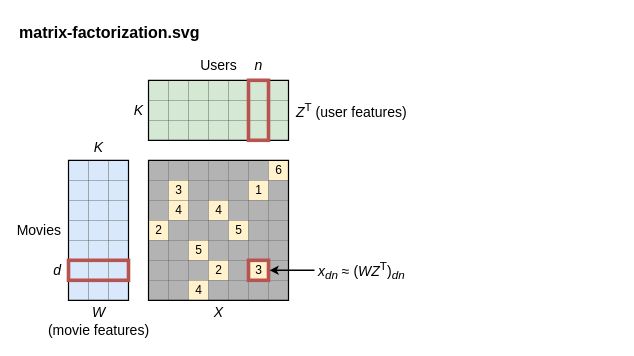
Before: assets/linear-regression-matrix-factorization/linear-regression-matrix-factorization.drawio in brunomaga/brunomaga.github.io, a draw.io diagram. Source tidied: cells renumbered, new cells numbered last; positions are measured from the earlier drawing's top-left corner, leaving out a move shared by most shapes. Both pictures are drawn from the tidied source at 100%, with x=0, y=0 at pixel (17, 17).
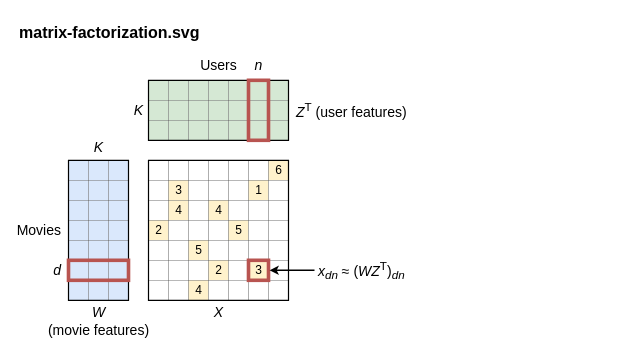
The same diagram, later.

The change refers to these unchanged cells:
```xml
<mxCell id="3" style="group;fontFamily=Source Sans 3;" parent="1" vertex="1">
  <mxGeometry y="40" width="393.4" height="281.7" as="geometry" />
</mxCell>
```

What changed in the source:
```diff
@@
-    <mxCell id="46" style="rounded=0;whiteSpace=nowrap;html=1;fontFamily=Source Sans 3;fontSize=12;fontColor=#000000;strokeColor=#666666;strokeWidth=0.4;fillColor=#b3b3b3;fontStyle=0;spacing=0;" parent="3" vertex="1">
+    <mxCell id="46" style="rounded=0;whiteSpace=nowrap;html=1;fontFamily=Source Sans 3;fontSize=12;fontColor=#000000;strokeColor=#666666;strokeWidth=0.4;fillColor=#ffffff;fontStyle=0;spacing=0;" parent="3" vertex="1">
       <mxGeometry x="131" y="102.8" width="20" height="20" as="geometry" />
     </mxCell>
-    <mxCell id="47" style="rounded=0;whiteSpace=nowrap;html=1;fontFamily=Source Sans 3;fontSize=12;fontColor=#000000;strokeColor=#666666;strokeWidth=0.4;fillColor=#b3b3b3;fontStyle=0;spacing=0;" parent="3" vertex="1">
+    <mxCell id="47" style="rounded=0;whiteSpace=nowrap;html=1;fontFamily=Source Sans 3;fontSize=12;fontColor=#000000;strokeColor=#666666;strokeWidth=0.4;fillColor=#ffffff;fontStyle=0;spacing=0;" parent="3" vertex="1">
       <mxGeometry x="151" y="102.8" width="20" height="20" as="geometry" />
     </mxCell>
-    <mxCell id="48" style="rounded=0;whiteSpace=nowrap;html=1;fontFamily=Source Sans 3;fontSize=12;fontColor=#000000;strokeColor=#666666;strokeWidth=0.4;fillColor=#b3b3b3;fontStyle=0;spacing=0;" parent="3" vertex="1">
+    <mxCell id="48" style="rounded=0;whiteSpace=nowrap;html=1;fontFamily=Source Sans 3;fontSize=12;fontColor=#000000;strokeColor=#666666;strokeWidth=0.4;fillColor=#ffffff;fontStyle=0;spacing=0;" parent="3" vertex="1">
       <mxGeometry x="171" y="102.8" width="20" height="20" as="geometry" />
     </mxCell>
-    <mxCell id="49" style="rounded=0;whiteSpace=nowrap;html=1;fontFamily=Source Sans 3;fontSize=12;fontColor=#000000;strokeColor=#666666;strokeWidth=0.4;fillColor=#b3b3b3;fontStyle=0;spacing=0;" parent="3" vertex="1">
+    <mxCell id="49" style="rounded=0;whiteSpace=nowrap;html=1;fontFamily=Source Sans 3;fontSize=12;fontColor=#000000;strokeColor=#666666;strokeWidth=0.4;fillColor=#ffffff;fontStyle=0;spacing=0;" parent="3" vertex="1">
       <mxGeometry x="191" y="102.8" width="20" height="20" as="geometry" />
     </mxCell>
-    <mxCell id="50" style="rounded=0;whiteSpace=nowrap;html=1;fontFamily=Source Sans 3;fontSize=12;fontColor=#000000;strokeColor=#666666;strokeWidth=0.4;fillColor=#b3b3b3;fontStyle=0;spacing=0;" parent="3" vertex="1">
+    <mxCell id="50" style="rounded=0;whiteSpace=nowrap;html=1;fontFamily=Source Sans 3;fontSize=12;fontColor=#000000;strokeColor=#666666;strokeWidth=0.4;fillColor=#ffffff;fontStyle=0;spacing=0;" parent="3" vertex="1">
       <mxGeometry x="211" y="102.8" width="20" height="20" as="geometry" />
     </mxCell>
-    <mxCell id="51" style="rounded=0;whiteSpace=nowrap;html=1;fontFamily=Source Sans 3;fontSize=12;fontColor=#000000;strokeColor=#666666;strokeWidth=0.4;fillColor=#b3b3b3;fontStyle=0;spacing=0;" parent="3" vertex="1">
+    <mxCell id="51" style="rounded=0;whiteSpace=nowrap;html=1;fontFamily=Source Sans 3;fontSize=12;fontColor=#000000;strokeColor=#666666;strokeWidth=0.4;fillColor=#ffffff;fontStyle=0;spacing=0;" parent="3" vertex="1">
       <mxGeometry x="231" y="102.8" width="20" height="20" as="geometry" />
     </mxCell>
@@
-    <mxCell id="53" style="rounded=0;whiteSpace=nowrap;html=1;fontFamily=Source Sans 3;fontSize=12;fontColor=#000000;strokeColor=#666666;strokeWidth=0.4;fillColor=#b3b3b3;fontStyle=0;spacing=0;" parent="3" vertex="1">
+    <mxCell id="53" style="rounded=0;whiteSpace=nowrap;html=1;fontFamily=Source Sans 3;fontSize=12;fontColor=#000000;strokeColor=#666666;strokeWidth=0.4;fillColor=#ffffff;fontStyle=0;spacing=0;" parent="3" vertex="1">
       <mxGeometry x="131" y="122.8" width="20" height="20" as="geometry" />
     </mxCell>
@@
-    <mxCell id="55" style="rounded=0;whiteSpace=nowrap;html=1;fontFamily=Source Sans 3;fontSize=12;fontColor=#000000;strokeColor=#666666;strokeWidth=0.4;fillColor=#b3b3b3;fontStyle=0;spacing=0;" parent="3" vertex="1">
+    <mxCell id="55" style="rounded=0;whiteSpace=nowrap;html=1;fontFamily=Source Sans 3;fontSize=12;fontColor=#000000;strokeColor=#666666;strokeWidth=0.4;fillColor=#ffffff;fontStyle=0;spacing=0;" parent="3" vertex="1">
       <mxGeometry x="171" y="122.8" width="20" height="20" as="geometry" />
     </mxCell>
-    <mxCell id="56" style="rounded=0;whiteSpace=nowrap;html=1;fontFamily=Source Sans 3;fontSize=12;fontColor=#000000;strokeColor=#666666;strokeWidth=0.4;fillColor=#b3b3b3;fontStyle=0;spacing=0;" parent="3" vertex="1">
+    <mxCell id="56" style="rounded=0;whiteSpace=nowrap;html=1;fontFamily=Source Sans 3;fontSize=12;fontColor=#000000;strokeColor=#666666;strokeWidth=0.4;fillColor=#ffffff;fontStyle=0;spacing=0;" parent="3" vertex="1">
       <mxGeometry x="191" y="122.8" width="20" height="20" as="geometry" />
     </mxCell>
-    <mxCell id="57" style="rounded=0;whiteSpace=nowrap;html=1;fontFamily=Source Sans 3;fontSize=12;fontColor=#000000;strokeColor=#666666;strokeWidth=0.4;fillColor=#b3b3b3;fontStyle=0;spacing=0;" parent="3" vertex="1">
+    <mxCell id="57" style="rounded=0;whiteSpace=nowrap;html=1;fontFamily=Source Sans 3;fontSize=12;fontColor=#000000;strokeColor=#666666;strokeWidth=0.4;fillColor=#ffffff;fontStyle=0;spacing=0;" parent="3" vertex="1">
       <mxGeometry x="211" y="122.8" width="20" height="20" as="geometry" />
     </mxCell>
@@
-    <mxCell id="59" style="rounded=0;whiteSpace=nowrap;html=1;fontFamily=Source Sans 3;fontSize=12;fontColor=#000000;strokeColor=#666666;strokeWidth=0.4;fillColor=#b3b3b3;fontStyle=0;spacing=0;" parent="3" vertex="1">
+    <mxCell id="59" style="rounded=0;whiteSpace=nowrap;html=1;fontFamily=Source Sans 3;fontSize=12;fontColor=#000000;strokeColor=#666666;strokeWidth=0.4;fillColor=#ffffff;fontStyle=0;spacing=0;" parent="3" vertex="1">
       <mxGeometry x="251" y="122.8" width="20" height="20" as="geometry" />
     </mxCell>
-    <mxCell id="60" style="rounded=0;whiteSpace=nowrap;html=1;fontFamily=Source Sans 3;fontSize=12;fontColor=#000000;strokeColor=#666666;strokeWidth=0.4;fillColor=#b3b3b3;fontStyle=0;spacing=0;" parent="3" vertex="1">
+    <mxCell id="60" style="rounded=0;whiteSpace=nowrap;html=1;fontFamily=Source Sans 3;fontSize=12;fontColor=#000000;strokeColor=#666666;strokeWidth=0.4;fillColor=#ffffff;fontStyle=0;spacing=0;" parent="3" vertex="1">
       <mxGeometry x="131" y="142.8" width="20" height="20" as="geometry" />
     </mxCell>
@@
-    <mxCell id="62" style="rounded=0;whiteSpace=nowrap;html=1;fontFamily=Source Sans 3;fontSize=12;fontColor=#000000;strokeColor=#666666;strokeWidth=0.4;fillColor=#b3b3b3;fontStyle=0;spacing=0;" parent="3" vertex="1">
+    <mxCell id="62" style="rounded=0;whiteSpace=nowrap;html=1;fontFamily=Source Sans 3;fontSize=12;fontColor=#000000;strokeColor=#666666;strokeWidth=0.4;fillColor=#ffffff;fontStyle=0;spacing=0;" parent="3" vertex="1">
       <mxGeometry x="171" y="142.8" width="20" height="20" as="geometry" />
     </mxCell>
@@
-    <mxCell id="64" style="rounded=0;whiteSpace=nowrap;html=1;fontFamily=Source Sans 3;fontSize=12;fontColor=#000000;strokeColor=#666666;strokeWidth=0.4;fillColor=#b3b3b3;fontStyle=0;spacing=0;" parent="3" vertex="1">
+    <mxCell id="64" style="rounded=0;whiteSpace=nowrap;html=1;fontFamily=Source Sans 3;fontSize=12;fontColor=#000000;strokeColor=#666666;strokeWidth=0.4;fillColor=#ffffff;fontStyle=0;spacing=0;" parent="3" vertex="1">
       <mxGeometry x="211" y="142.8" width="20" height="20" as="geometry" />
     </mxCell>
-    <mxCell id="65" style="rounded=0;whiteSpace=nowrap;html=1;fontFamily=Source Sans 3;fontSize=12;fontColor=#000000;strokeColor=#666666;strokeWidth=0.4;fillColor=#b3b3b3;fontStyle=0;spacing=0;" parent="3" vertex="1">
+    <mxCell id="65" style="rounded=0;whiteSpace=nowrap;html=1;fontFamily=Source Sans 3;fontSize=12;fontColor=#000000;strokeColor=#666666;strokeWidth=0.4;fillColor=#ffffff;fontStyle=0;spacing=0;" parent="3" vertex="1">
       <mxGeometry x="231" y="142.8" width="20" height="20" as="geometry" />
     </mxCell>
-    <mxCell id="66" style="rounded=0;whiteSpace=nowrap;html=1;fontFamily=Source Sans 3;fontSize=12;fontColor=#000000;strokeColor=#666666;strokeWidth=0.4;fillColor=#b3b3b3;fontStyle=0;spacing=0;" parent="3" vertex="1">
+    <mxCell id="66" style="rounded=0;whiteSpace=nowrap;html=1;fontFamily=Source Sans 3;fontSize=12;fontColor=#000000;strokeColor=#666666;strokeWidth=0.4;fillColor=#ffffff;fontStyle=0;spacing=0;" parent="3" vertex="1">
       <mxGeometry x="251" y="142.8" width="20" height="20" as="geometry" />
     </mxCell>
@@
-    <mxCell id="68" style="rounded=0;whiteSpace=nowrap;html=1;fontFamily=Source Sans 3;fontSize=12;fontColor=#000000;strokeColor=#666666;strokeWidth=0.4;fillColor=#b3b3b3;fontStyle=0;spacing=0;" parent="3" vertex="1">
+    <mxCell id="68" style="rounded=0;whiteSpace=nowrap;html=1;fontFamily=Source Sans 3;fontSize=12;fontColor=#000000;strokeColor=#666666;strokeWidth=0.4;fillColor=#ffffff;fontStyle=0;spacing=0;" parent="3" vertex="1">
       <mxGeometry x="151" y="162.8" width="20" height="20" as="geometry" />
     </mxCell>
-    <mxCell id="69" style="rounded=0;whiteSpace=nowrap;html=1;fontFamily=Source Sans 3;fontSize=12;fontColor=#000000;strokeColor=#666666;strokeWidth=0.4;fillColor=#b3b3b3;fontStyle=0;spacing=0;" parent="3" vertex="1">
+    <mxCell id="69" style="rounded=0;whiteSpace=nowrap;html=1;fontFamily=Source Sans 3;fontSize=12;fontColor=#000000;strokeColor=#666666;strokeWidth=0.4;fillColor=#ffffff;fontStyle=0;spacing=0;" parent="3" vertex="1">
       <mxGeometry x="171" y="162.8" width="20" height="20" as="geometry" />
     </mxCell>
-    <mxCell id="70" style="rounded=0;whiteSpace=nowrap;html=1;fontFamily=Source Sans 3;fontSize=12;fontColor=#000000;strokeColor=#666666;strokeWidth=0.4;fillColor=#b3b3b3;fontStyle=0;spacing=0;" parent="3" vertex="1">
+    <mxCell id="70" style="rounded=0;whiteSpace=nowrap;html=1;fontFamily=Source Sans 3;fontSize=12;fontColor=#000000;strokeColor=#666666;strokeWidth=0.4;fillColor=#ffffff;fontStyle=0;spacing=0;" parent="3" vertex="1">
       <mxGeometry x="191" y="162.8" width="20" height="20" as="geometry" />
     </mxCell>
@@
-    <mxCell id="72" style="rounded=0;whiteSpace=nowrap;html=1;fontFamily=Source Sans 3;fontSize=12;fontColor=#000000;strokeColor=#666666;strokeWidth=0.4;fillColor=#b3b3b3;fontStyle=0;spacing=0;" parent="3" vertex="1">
+    <mxCell id="72" style="rounded=0;whiteSpace=nowrap;html=1;fontFamily=Source Sans 3;fontSize=12;fontColor=#000000;strokeColor=#666666;strokeWidth=0.4;fillColor=#ffffff;fontStyle=0;spacing=0;" parent="3" vertex="1">
       <mxGeometry x="231" y="162.8" width="20" height="20" as="geometry" />
     </mxCell>
-    <mxCell id="73" style="rounded=0;whiteSpace=nowrap;html=1;fontFamily=Source Sans 3;fontSize=12;fontColor=#000000;strokeColor=#666666;strokeWidth=0.4;fillColor=#b3b3b3;fontStyle=0;spacing=0;" parent="3" vertex="1">
+    <mxCell id="73" style="rounded=0;whiteSpace=nowrap;html=1;fontFamily=Source Sans 3;fontSize=12;fontColor=#000000;strokeColor=#666666;strokeWidth=0.4;fillColor=#ffffff;fontStyle=0;spacing=0;" parent="3" vertex="1">
       <mxGeometry x="251" y="162.8" width="20" height="20" as="geometry" />
     </mxCell>
-    <mxCell id="74" style="rounded=0;whiteSpace=nowrap;html=1;fontFamily=Source Sans 3;fontSize=12;fontColor=#000000;strokeColor=#666666;strokeWidth=0.4;fillColor=#b3b3b3;fontStyle=0;spacing=0;" parent="3" vertex="1">
+    <mxCell id="74" style="rounded=0;whiteSpace=nowrap;html=1;fontFamily=Source Sans 3;fontSize=12;fontColor=#000000;strokeColor=#666666;strokeWidth=0.4;fillColor=#ffffff;fontStyle=0;spacing=0;" parent="3" vertex="1">
       <mxGeometry x="131" y="182.8" width="20" height="20" as="geometry" />
     </mxCell>
-    <mxCell id="75" style="rounded=0;whiteSpace=nowrap;html=1;fontFamily=Source Sans 3;fontSize=12;fontColor=#000000;strokeColor=#666666;strokeWidth=0.4;fillColor=#b3b3b3;fontStyle=0;spacing=0;" parent="3" vertex="1">
+    <mxCell id="75" style="rounded=0;whiteSpace=nowrap;html=1;fontFamily=Source Sans 3;fontSize=12;fontColor=#000000;strokeColor=#666666;strokeWidth=0.4;fillColor=#ffffff;fontStyle=0;spacing=0;" parent="3" vertex="1">
       <mxGeometry x="151" y="182.8" width="20" height="20" as="geometry" />
     </mxCell>
@@
-    <mxCell id="77" style="rounded=0;whiteSpace=nowrap;html=1;fontFamily=Source Sans 3;fontSize=12;fontColor=#000000;strokeColor=#666666;strokeWidth=0.4;fillColor=#b3b3b3;fontStyle=0;spacing=0;" parent="3" vertex="1">
+    <mxCell id="77" style="rounded=0;whiteSpace=nowrap;html=1;fontFamily=Source Sans 3;fontSize=12;fontColor=#000000;strokeColor=#666666;strokeWidth=0.4;fillColor=#ffffff;fontStyle=0;spacing=0;" parent="3" vertex="1">
       <mxGeometry x="191" y="182.8" width="20" height="20" as="geometry" />
     </mxCell>
-    <mxCell id="78" style="rounded=0;whiteSpace=nowrap;html=1;fontFamily=Source Sans 3;fontSize=12;fontColor=#000000;strokeColor=#666666;strokeWidth=0.4;fillColor=#b3b3b3;fontStyle=0;spacing=0;" parent="3" vertex="1">
+    <mxCell id="78" style="rounded=0;whiteSpace=nowrap;html=1;fontFamily=Source Sans 3;fontSize=12;fontColor=#000000;strokeColor=#666666;strokeWidth=0.4;fillColor=#ffffff;fontStyle=0;spacing=0;" parent="3" vertex="1">
       <mxGeometry x="211" y="182.8" width="20" height="20" as="geometry" />
     </mxCell>
-    <mxCell id="79" style="rounded=0;whiteSpace=nowrap;html=1;fontFamily=Source Sans 3;fontSize=12;fontColor=#000000;strokeColor=#666666;strokeWidth=0.4;fillColor=#b3b3b3;fontStyle=0;spacing=0;" parent="3" vertex="1">
+    <mxCell id="79" style="rounded=0;whiteSpace=nowrap;html=1;fontFamily=Source Sans 3;fontSize=12;fontColor=#000000;strokeColor=#666666;strokeWidth=0.4;fillColor=#ffffff;fontStyle=0;spacing=0;" parent="3" vertex="1">
       <mxGeometry x="231" y="182.8" width="20" height="20" as="geometry" />
     </mxCell>
-    <mxCell id="80" style="rounded=0;whiteSpace=nowrap;html=1;fontFamily=Source Sans 3;fontSize=12;fontColor=#000000;strokeColor=#666666;strokeWidth=0.4;fillColor=#b3b3b3;fontStyle=0;spacing=0;" parent="3" vertex="1">
+    <mxCell id="80" style="rounded=0;whiteSpace=nowrap;html=1;fontFamily=Source Sans 3;fontSize=12;fontColor=#000000;strokeColor=#666666;strokeWidth=0.4;fillColor=#ffffff;fontStyle=0;spacing=0;" parent="3" vertex="1">
       <mxGeometry x="251" y="182.8" width="20" height="20" as="geometry" />
     </mxCell>
-    <mxCell id="81" style="rounded=0;whiteSpace=nowrap;html=1;fontFamily=Source Sans 3;fontSize=12;fontColor=#000000;strokeColor=#666666;strokeWidth=0.4;fillColor=#b3b3b3;fontStyle=0;spacing=0;" parent="3" vertex="1">
+    <mxCell id="81" style="rounded=0;whiteSpace=nowrap;html=1;fontFamily=Source Sans 3;fontSize=12;fontColor=#000000;strokeColor=#666666;strokeWidth=0.4;fillColor=#ffffff;fontStyle=0;spacing=0;" parent="3" vertex="1">
       <mxGeometry x="131" y="202.8" width="20" height="20" as="geometry" />
     </mxCell>
-    <mxCell id="82" style="rounded=0;whiteSpace=nowrap;html=1;fontFamily=Source Sans 3;fontSize=12;fontColor=#000000;strokeColor=#666666;strokeWidth=0.4;fillColor=#b3b3b3;fontStyle=0;spacing=0;" parent="3" vertex="1">
+    <mxCell id="82" style="rounded=0;whiteSpace=nowrap;html=1;fontFamily=Source Sans 3;fontSize=12;fontColor=#000000;strokeColor=#666666;strokeWidth=0.4;fillColor=#ffffff;fontStyle=0;spacing=0;" parent="3" vertex="1">
       <mxGeometry x="151" y="202.8" width="20" height="20" as="geometry" />
     </mxCell>
-    <mxCell id="83" style="rounded=0;whiteSpace=nowrap;html=1;fontFamily=Source Sans 3;fontSize=12;fontColor=#000000;strokeColor=#666666;strokeWidth=0.4;fillColor=#b3b3b3;fontStyle=0;spacing=0;" parent="3" vertex="1">
+    <mxCell id="83" style="rounded=0;whiteSpace=nowrap;html=1;fontFamily=Source Sans 3;fontSize=12;fontColor=#000000;strokeColor=#666666;strokeWidth=0.4;fillColor=#ffffff;fontStyle=0;spacing=0;" parent="3" vertex="1">
       <mxGeometry x="171" y="202.8" width="20" height="20" as="geometry" />
     </mxCell>
@@
-    <mxCell id="85" style="rounded=0;whiteSpace=nowrap;html=1;fontFamily=Source Sans 3;fontSize=12;fontColor=#000000;strokeColor=#666666;strokeWidth=0.4;fillColor=#b3b3b3;fontStyle=0;spacing=0;" parent="3" vertex="1">
+    <mxCell id="85" style="rounded=0;whiteSpace=nowrap;html=1;fontFamily=Source Sans 3;fontSize=12;fontColor=#000000;strokeColor=#666666;strokeWidth=0.4;fillColor=#ffffff;fontStyle=0;spacing=0;" parent="3" vertex="1">
       <mxGeometry x="211" y="202.8" width="20" height="20" as="geometry" />
     </mxCell>
@@
-    <mxCell id="87" style="rounded=0;whiteSpace=nowrap;html=1;fontFamily=Source Sans 3;fontSize=12;fontColor=#000000;strokeColor=#666666;strokeWidth=0.4;fillColor=#b3b3b3;fontStyle=0;spacing=0;" parent="3" vertex="1">
+    <mxCell id="87" style="rounded=0;whiteSpace=nowrap;html=1;fontFamily=Source Sans 3;fontSize=12;fontColor=#000000;strokeColor=#666666;strokeWidth=0.4;fillColor=#ffffff;fontStyle=0;spacing=0;" parent="3" vertex="1">
       <mxGeometry x="251" y="202.8" width="20" height="20" as="geometry" />
     </mxCell>
-    <mxCell id="88" style="rounded=0;whiteSpace=nowrap;html=1;fontFamily=Source Sans 3;fontSize=12;fontColor=#000000;strokeColor=#666666;strokeWidth=0.4;fillColor=#b3b3b3;fontStyle=0;spacing=0;" parent="3" vertex="1">
+    <mxCell id="88" style="rounded=0;whiteSpace=nowrap;html=1;fontFamily=Source Sans 3;fontSize=12;fontColor=#000000;strokeColor=#666666;strokeWidth=0.4;fillColor=#ffffff;fontStyle=0;spacing=0;" parent="3" vertex="1">
       <mxGeometry x="131" y="222.8" width="20" height="20" as="geometry" />
     </mxCell>
-    <mxCell id="89" style="rounded=0;whiteSpace=nowrap;html=1;fontFamily=Source Sans 3;fontSize=12;fontColor=#000000;strokeColor=#666666;strokeWidth=0.4;fillColor=#b3b3b3;fontStyle=0;spacing=0;" parent="3" vertex="1">
+    <mxCell id="89" style="rounded=0;whiteSpace=nowrap;html=1;fontFamily=Source Sans 3;fontSize=12;fontColor=#000000;strokeColor=#666666;strokeWidth=0.4;fillColor=#ffffff;fontStyle=0;spacing=0;" parent="3" vertex="1">
       <mxGeometry x="151" y="222.8" width="20" height="20" as="geometry" />
     </mxCell>
@@
-    <mxCell id="91" style="rounded=0;whiteSpace=nowrap;html=1;fontFamily=Source Sans 3;fontSize=12;fontColor=#000000;strokeColor=#666666;strokeWidth=0.4;fillColor=#b3b3b3;fontStyle=0;spacing=0;" parent="3" vertex="1">
+    <mxCell id="91" style="rounded=0;whiteSpace=nowrap;html=1;fontFamily=Source Sans 3;fontSize=12;fontColor=#000000;strokeColor=#666666;strokeWidth=0.4;fillColor=#ffffff;fontStyle=0;spacing=0;" parent="3" vertex="1">
       <mxGeometry x="191" y="222.8" width="20" height="20" as="geometry" />
     </mxCell>
-    <mxCell id="92" style="rounded=0;whiteSpace=nowrap;html=1;fontFamily=Source Sans 3;fontSize=12;fontColor=#000000;strokeColor=#666666;strokeWidth=0.4;fillColor=#b3b3b3;fontStyle=0;spacing=0;" parent="3" vertex="1">
+    <mxCell id="92" style="rounded=0;whiteSpace=nowrap;html=1;fontFamily=Source Sans 3;fontSize=12;fontColor=#000000;strokeColor=#666666;strokeWidth=0.4;fillColor=#ffffff;fontStyle=0;spacing=0;" parent="3" vertex="1">
       <mxGeometry x="211" y="222.8" width="20" height="20" as="geometry" />
     </mxCell>
-    <mxCell id="93" style="rounded=0;whiteSpace=nowrap;html=1;fontFamily=Source Sans 3;fontSize=12;fontColor=#000000;strokeColor=#666666;strokeWidth=0.4;fillColor=#b3b3b3;fontStyle=0;spacing=0;" parent="3" vertex="1">
+    <mxCell id="93" style="rounded=0;whiteSpace=nowrap;html=1;fontFamily=Source Sans 3;fontSize=12;fontColor=#000000;strokeColor=#666666;strokeWidth=0.4;fillColor=#ffffff;fontStyle=0;spacing=0;" parent="3" vertex="1">
       <mxGeometry x="231" y="222.8" width="20" height="20" as="geometry" />
     </mxCell>
-    <mxCell id="94" style="rounded=0;whiteSpace=nowrap;html=1;fontFamily=Source Sans 3;fontSize=12;fontColor=#000000;strokeColor=#666666;strokeWidth=0.4;fillColor=#b3b3b3;fontStyle=0;spacing=0;" parent="3" vertex="1">
+    <mxCell id="94" style="rounded=0;whiteSpace=nowrap;html=1;fontFamily=Source Sans 3;fontSize=12;fontColor=#000000;strokeColor=#666666;strokeWidth=0.4;fillColor=#ffffff;fontStyle=0;spacing=0;" parent="3" vertex="1">
       <mxGeometry x="251" y="222.8" width="20" height="20" as="geometry" />
     </mxCell>
```
